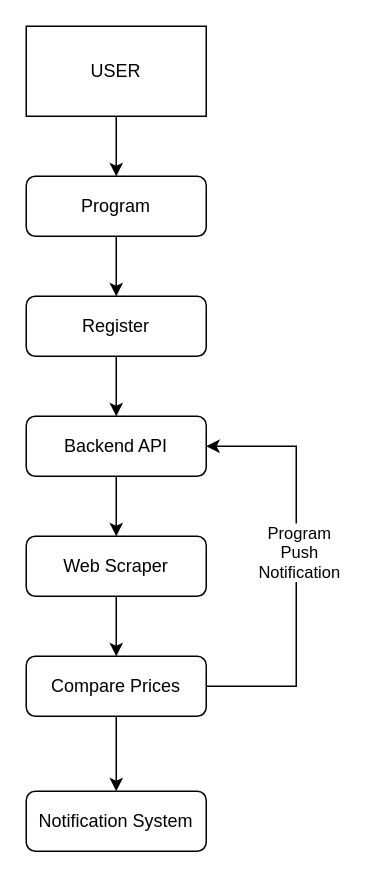
Above: FlightTicket_User_flow.drawio in CY-Marowak/FlightTicketProject (draw.io), before the change. Source tidied: cells renumbered, new cells numbered last; positions are measured from the earlier drawing's top-left corner, leaving out a move shared by most shapes. Both pictures are drawn from the tidied source at 150%, with x=0, y=0 at pixel (26, 26).
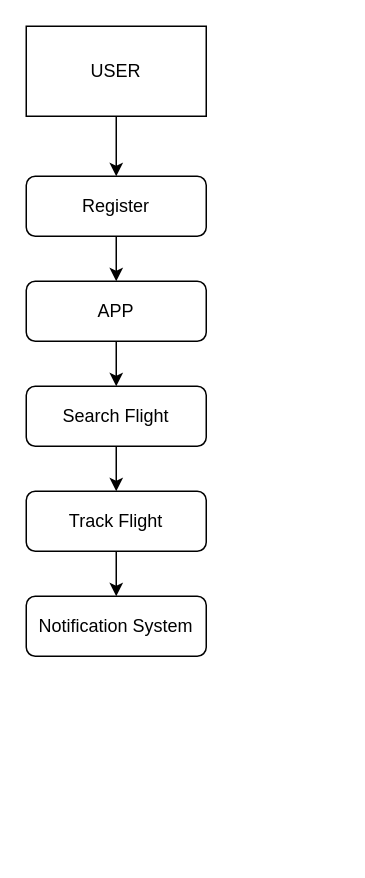
After the change.

Diff of the diagram source:
```diff
@@
 <mxGraphModel>
   <root>
     <mxCell id="0" />
     <mxCell id="1" parent="0" />
     <mxCell id="2" style="edgeStyle=orthogonalEdgeStyle;rounded=0;jettySize=auto;html=1;exitX=0.5;exitY=1;exitDx=0;exitDy=0;entryX=0.5;entryY=0;entryDx=0;entryDy=0;" parent="1" edge="1" source="3" target="7">
       <mxGeometry relative="1" as="geometry" />
     </mxCell>
-    <mxCell id="3" value="Program" style="rounded=1;whiteSpace=wrap;html=1;fontSize=12;glass=0;strokeWidth=1;shadow=0;" parent="1" vertex="1">
+    <mxCell id="3" value="Register" style="rounded=1;whiteSpace=wrap;html=1;fontSize=12;glass=0;strokeWidth=1;shadow=0;" parent="1" vertex="1">
       <mxGeometry y="100" width="120" height="40" as="geometry" />
     </mxCell>
     <mxCell id="4" style="edgeStyle=orthogonalEdgeStyle;rounded=0;jettySize=auto;html=1;exitX=0.5;exitY=1;exitDx=0;exitDy=0;entryX=0.5;entryY=0;entryDx=0;entryDy=0;" parent="1" edge="1" source="5" target="3">
       <mxGeometry relative="1" as="geometry" />
     </mxCell>
     <mxCell id="5" value="USER" style="rounded=0;whiteSpace=wrap;html=1;" parent="1" vertex="1">
       <mxGeometry width="120" height="60" as="geometry" />
     </mxCell>
-    <mxCell id="6" style="edgeStyle=orthogonalEdgeStyle;rounded=0;jettySize=auto;html=1;exitX=0.5;exitY=1;exitDx=0;exitDy=0;entryX=0.5;entryY=0;entryDx=0;entryDy=0;" parent="1" edge="1" source="7" target="9">
-      <mxGeometry relative="1" as="geometry" />
-    </mxCell>
+    <mxCell id="17" style="edgeStyle=orthogonalEdgeStyle;rounded=0;jettySize=auto;html=1;exitX=0.5;exitY=1;exitDx=0;exitDy=0;entryX=0.5;entryY=0;entryDx=0;entryDy=0;" parent="1" edge="1" source="7" target="21">
+      <mxGeometry relative="1" as="geometry" />
+    </mxCell>
-    <mxCell id="7" value="Register" style="rounded=1;whiteSpace=wrap;html=1;fontSize=12;glass=0;strokeWidth=1;shadow=0;" parent="1" vertex="1">
-      <mxGeometry y="180" width="120" height="40" as="geometry" />
+    <mxCell id="7" value="APP" style="rounded=1;whiteSpace=wrap;html=1;fontSize=12;glass=0;strokeWidth=1;shadow=0;" parent="1" vertex="1">
+      <mxGeometry y="170" width="120" height="40" as="geometry" />
     </mxCell>
-    <mxCell id="8" style="edgeStyle=orthogonalEdgeStyle;rounded=0;jettySize=auto;html=1;exitX=0.5;exitY=1;exitDx=0;exitDy=0;" parent="1" edge="1" source="9" target="11">
-      <mxGeometry relative="1" as="geometry" />
-    </mxCell>
-    <mxCell id="9" value="Backend API" style="rounded=1;whiteSpace=wrap;html=1;fontSize=12;glass=0;strokeWidth=1;shadow=0;" parent="1" vertex="1">
-      <mxGeometry y="260" width="120" height="40" as="geometry" />
-    </mxCell>
-    <mxCell id="10" style="edgeStyle=orthogonalEdgeStyle;rounded=0;jettySize=auto;html=1;exitX=0.5;exitY=1;exitDx=0;exitDy=0;entryX=0.5;entryY=0;entryDx=0;entryDy=0;" parent="1" edge="1" source="11" target="15">
-      <mxGeometry relative="1" as="geometry" />
-    </mxCell>
-    <mxCell id="11" value="Web Scraper" style="rounded=1;whiteSpace=wrap;html=1;fontSize=12;glass=0;strokeWidth=1;shadow=0;" parent="1" vertex="1">
-      <mxGeometry y="340" width="120" height="40" as="geometry" />
-    </mxCell>
-    <mxCell id="12" style="edgeStyle=orthogonalEdgeStyle;rounded=0;jettySize=auto;html=1;exitX=0.5;exitY=1;exitDx=0;exitDy=0;entryX=0.5;entryY=0;entryDx=0;entryDy=0;" parent="1" edge="1" source="15" target="16">
-      <mxGeometry relative="1" as="geometry" />
-    </mxCell>
-    <mxCell id="13" style="edgeStyle=orthogonalEdgeStyle;rounded=0;jettySize=auto;html=1;exitX=1;exitY=0.5;exitDx=0;exitDy=0;entryX=1;entryY=0.5;entryDx=0;entryDy=0;" parent="1" edge="1" source="15" target="9">
-      <mxGeometry relative="1" as="geometry">
-        <Array as="points">
-          <mxPoint x="180" y="440" />
-          <mxPoint x="180" y="280" />
-        </Array>
-      </mxGeometry>
-    </mxCell>
-    <mxCell id="14" value="Program&lt;br&gt;&lt;div&gt;Push&lt;/div&gt;&lt;div&gt;Notification&lt;/div&gt;" style="edgeLabel;html=1;align=center;verticalAlign=middle;" parent="13" vertex="1">
-      <mxGeometry x="0.07" y="-1" relative="1" as="geometry" />
-    </mxCell>
-    <mxCell id="15" value="Compare Prices" style="rounded=1;whiteSpace=wrap;html=1;fontSize=12;glass=0;strokeWidth=1;shadow=0;" parent="1" vertex="1">
-      <mxGeometry y="420" width="120" height="40" as="geometry" />
-    </mxCell>
     <mxCell id="16" value="Notification System" style="rounded=1;whiteSpace=wrap;html=1;fontSize=12;glass=0;strokeWidth=1;shadow=0;" parent="1" vertex="1">
-      <mxGeometry y="510" width="120" height="40" as="geometry" />
+      <mxGeometry y="380" width="120" height="40" as="geometry" />
     </mxCell>
+    <mxCell id="18" style="edgeStyle=orthogonalEdgeStyle;rounded=0;jettySize=auto;html=1;exitX=0.5;exitY=1;exitDx=0;exitDy=0;entryX=0.5;entryY=0;entryDx=0;entryDy=0;" parent="1" edge="1" source="19" target="16">
+      <mxGeometry relative="1" as="geometry" />
+    </mxCell>
+    <mxCell id="19" value="Track Flight" style="rounded=1;whiteSpace=wrap;html=1;fontSize=12;glass=0;strokeWidth=1;shadow=0;" parent="1" vertex="1">
+      <mxGeometry y="310" width="120" height="40" as="geometry" />
+    </mxCell>
+    <mxCell id="20" style="edgeStyle=orthogonalEdgeStyle;rounded=0;jettySize=auto;html=1;exitX=0.5;exitY=1;exitDx=0;exitDy=0;" parent="1" edge="1" source="21" target="19">
+      <mxGeometry relative="1" as="geometry" />
+    </mxCell>
+    <mxCell id="21" value="Search Flight" style="rounded=1;whiteSpace=wrap;html=1;fontSize=12;glass=0;strokeWidth=1;shadow=0;" parent="1" vertex="1">
+      <mxGeometry y="240" width="120" height="40" as="geometry" />
+    </mxCell>
   </root>
 </mxGraphModel>
```
